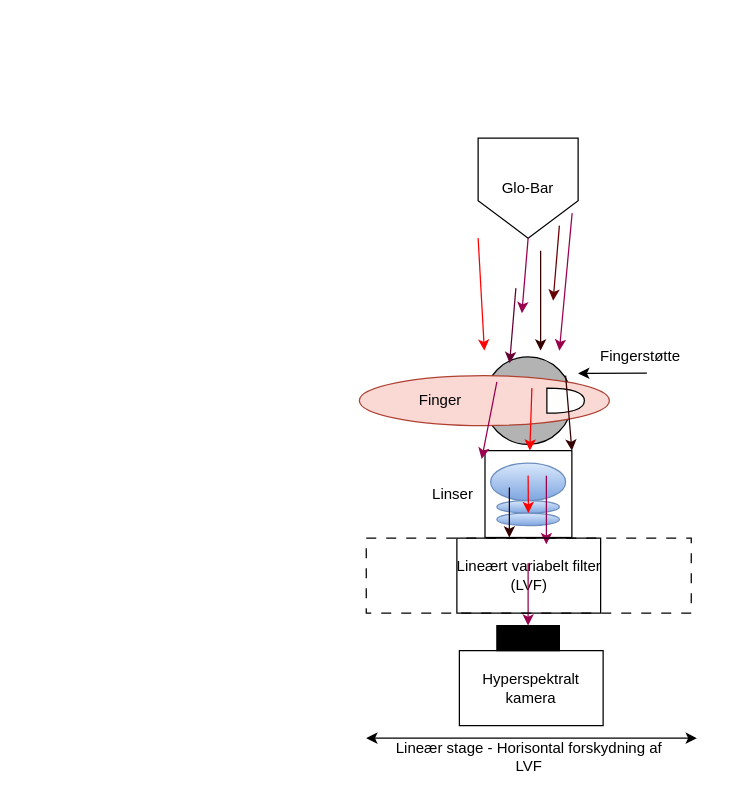
This is docs/diagrams/Hyperspektral opstilling.drawio from Daniel90mm/bachelorprojekt, a draw.io file, before an edit. Source tidied: cells renumbered, new cells numbered last; positions are measured from the earlier drawing's top-left corner, leaving out a move shared by most shapes. Both pictures are drawn from the tidied source at 125%, with x=0, y=0 at pixel (359, 138).
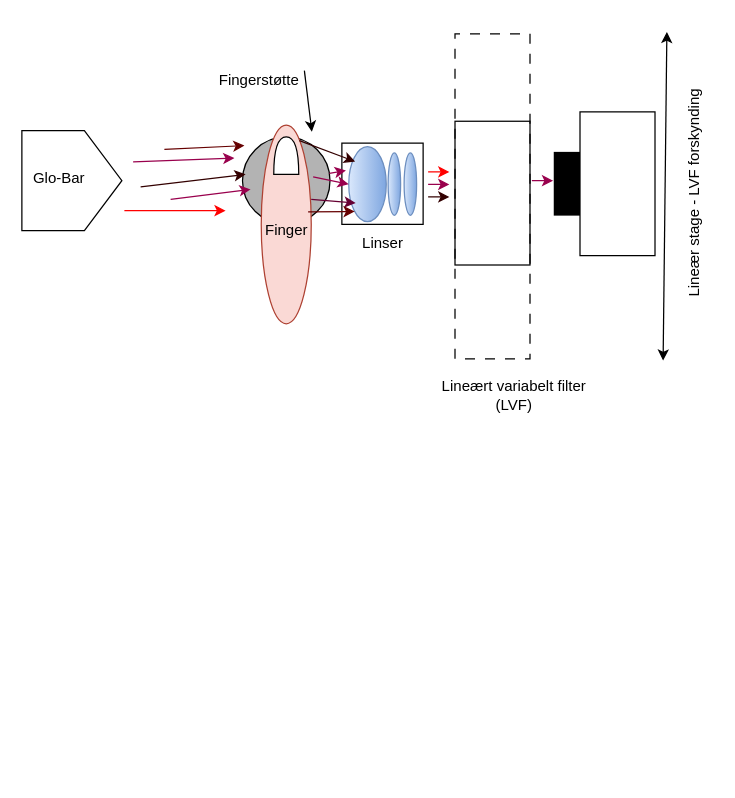
Above is the later version.

Diff of the diagram source:
```diff
@@
+    <mxCell id="12" style="whiteSpace=wrap;html=1;fillColor=none;" parent="1" vertex="1">
+      <mxGeometry x="-14" y="4" width="65" height="65" as="geometry" />
+    </mxCell>
     <mxCell id="2" style="ellipse;whiteSpace=wrap;html=1;fillColor=#B3B3B3;" parent="1" vertex="1">
-      <mxGeometry x="100" y="175" width="70" height="70" as="geometry" />
+      <mxGeometry x="-93.5" y="-1" width="70" height="70" as="geometry" />
     </mxCell>
-    <mxCell id="3" value="Hyperspektralt kamera" style="rounded=0;whiteSpace=wrap;html=1;strokeColor=default;" parent="1" vertex="1">
-      <mxGeometry x="80" y="410" width="115" height="60" as="geometry" />
+    <mxCell id="3" style="rounded=0;whiteSpace=wrap;html=1;strokeColor=default;rotation=-90;" parent="1" vertex="1">
+      <mxGeometry x="149" y="6.5" width="115" height="60" as="geometry" />
     </mxCell>
-    <mxCell id="4" value="Lineært variabelt filter&lt;div&gt;(LVF)&lt;/div&gt;" style="rounded=0;whiteSpace=wrap;html=1;dashed=1;dashPattern=8 8;fillColor=none;" parent="1" vertex="1">
-      <mxGeometry x="5.5" y="320" width="260" height="60" as="geometry" />
+    <mxCell id="4" style="rounded=0;whiteSpace=wrap;html=1;dashed=1;dashPattern=8 8;fillColor=none;rotation=-90;" parent="1" vertex="1">
+      <mxGeometry x="-23.5" y="16.5" width="260" height="60" as="geometry" />
     </mxCell>
-    <mxCell id="5" style="rounded=0;whiteSpace=wrap;html=1;strokeColor=default;fillColor=#000000;" parent="1" vertex="1">
-      <mxGeometry x="110" y="390" width="50" height="20" as="geometry" />
+    <mxCell id="5" style="rounded=0;whiteSpace=wrap;html=1;strokeColor=default;fillColor=#000000;rotation=-90;" parent="1" vertex="1">
+      <mxGeometry x="141" y="26.5" width="50" height="20" as="geometry" />
     </mxCell>
-    <mxCell id="6" style="ellipse;whiteSpace=wrap;html=1;fillColor=#fad9d5;strokeColor=#ae4132;" parent="1" vertex="1">
-      <mxGeometry y="190" width="200" height="40" as="geometry" />
+    <mxCell id="6" style="ellipse;whiteSpace=wrap;html=1;fillColor=#fad9d5;strokeColor=#ae4132;rotation=-90;" parent="1" vertex="1">
+      <mxGeometry x="-138" y="49" width="159" height="40" as="geometry" />
     </mxCell>
-    <mxCell id="7" style="shape=or;whiteSpace=wrap;html=1;" parent="1" vertex="1">
-      <mxGeometry x="150" y="200" width="30" height="20" as="geometry" />
+    <mxCell id="7" style="shape=or;whiteSpace=wrap;html=1;rotation=-90;" parent="1" vertex="1">
+      <mxGeometry x="-73.5" y="4" width="30" height="20" as="geometry" />
     </mxCell>
     <mxCell id="8" value="Finger" style="text;html=1;whiteSpace=wrap;strokeColor=none;fillColor=none;align=center;verticalAlign=middle;rounded=0;" parent="1" vertex="1">
-      <mxGeometry x="35" y="195" width="60" height="30" as="geometry" />
+      <mxGeometry x="-88.5" y="59" width="60" height="30" as="geometry" />
     </mxCell>
-    <mxCell id="9" style="ellipse;whiteSpace=wrap;html=1;fillColor=#dae8fc;strokeColor=#6c8ebf;gradientColor=#7ea6e0;" parent="1" vertex="1">
-      <mxGeometry x="105" y="260" width="60" height="30" as="geometry" />
+    <mxCell id="9" style="ellipse;whiteSpace=wrap;html=1;fillColor=#dae8fc;strokeColor=#6c8ebf;gradientColor=#7ea6e0;rotation=-90;" parent="1" vertex="1">
+      <mxGeometry x="-23.5" y="21.8" width="60" height="30" as="geometry" />
     </mxCell>
-    <mxCell id="10" style="ellipse;whiteSpace=wrap;html=1;fillColor=#dae8fc;strokeColor=#6c8ebf;gradientColor=#7ea6e0;" parent="1" vertex="1">
-      <mxGeometry x="110" y="290" width="50" height="10" as="geometry" />
+    <mxCell id="10" style="ellipse;whiteSpace=wrap;html=1;fillColor=#dae8fc;strokeColor=#6c8ebf;gradientColor=#7ea6e0;rotation=-90;" parent="1" vertex="1">
+      <mxGeometry x="3" y="31.8" width="50" height="10" as="geometry" />
     </mxCell>
-    <mxCell id="11" style="ellipse;whiteSpace=wrap;html=1;fillColor=#dae8fc;strokeColor=#6c8ebf;gradientColor=#7ea6e0;" parent="1" vertex="1">
-      <mxGeometry x="110" y="300" width="50" height="10" as="geometry" />
+    <mxCell id="11" style="ellipse;whiteSpace=wrap;html=1;fillColor=#dae8fc;strokeColor=#6c8ebf;gradientColor=#7ea6e0;rotation=-90;" parent="1" vertex="1">
+      <mxGeometry x="15.8" y="31.8" width="50" height="10" as="geometry" />
     </mxCell>
-    <mxCell id="12" style="whiteSpace=wrap;html=1;fillColor=none;" parent="1" vertex="1">
-      <mxGeometry x="100.5" y="250" width="69.5" height="69.5" as="geometry" />
-    </mxCell>
-    <mxCell id="13" value="Lineær stage - Horisontal forskydning af LVF" style="text;html=1;whiteSpace=wrap;strokeColor=none;fillColor=none;align=center;verticalAlign=middle;rounded=0;" parent="1" vertex="1">
-      <mxGeometry x="25.5" y="480" width="220" height="30" as="geometry" />
+    <mxCell id="13" value="Lineær stage - LVF forskynding" style="text;html=1;whiteSpace=wrap;strokeColor=none;fillColor=none;align=center;verticalAlign=middle;rounded=0;rotation=-90;" parent="1" vertex="1">
+      <mxGeometry x="158" y="29" width="220" height="30" as="geometry" />
     </mxCell>
     <mxCell id="14" value="Linser" style="text;html=1;whiteSpace=wrap;strokeColor=none;fillColor=none;align=center;verticalAlign=middle;rounded=0;" parent="1" vertex="1">
-      <mxGeometry x="45" y="270" width="60" height="30" as="geometry" />
+      <mxGeometry x="-11.5" y="69" width="60" height="30" as="geometry" />
     </mxCell>
-    <mxCell id="15" value="Glo-Bar" style="shape=offPageConnector;whiteSpace=wrap;html=1;" parent="1" vertex="1">
-      <mxGeometry x="95" width="80" height="80" as="geometry" />
+    <mxCell id="15" style="shape=offPageConnector;whiteSpace=wrap;html=1;rotation=-90;" parent="1" vertex="1">
+      <mxGeometry x="-270" y="-6" width="80" height="80" as="geometry" />
     </mxCell>
     <mxCell id="16" value="Fingerstøtte" style="text;html=1;whiteSpace=wrap;strokeColor=none;fillColor=none;align=center;verticalAlign=middle;rounded=0;" parent="1" vertex="1">
-      <mxGeometry x="195" y="160" width="60" height="30" as="geometry" />
+      <mxGeometry x="-110" y="-61" width="60" height="30" as="geometry" />
     </mxCell>
-    <mxCell id="17" style="endArrow=classic;html=1;rounded=0;entryX=0.988;entryY=0.188;entryDx=0;entryDy=0;entryPerimeter=0;" parent="1" edge="1">
+    <mxCell id="17" style="endArrow=classic;html=1;rounded=0;" parent="1" edge="1">
       <mxGeometry relative="1" as="geometry">
-        <mxPoint x="230" y="188" as="sourcePoint" />
-        <mxPoint x="175" y="188.2" as="targetPoint" />
+        <mxPoint x="-44" y="-54" as="sourcePoint" />
+        <mxPoint x="-38" y="-5" as="targetPoint" />
       </mxGeometry>
     </mxCell>
     <mxCell id="18" style="endArrow=classic;startArrow=classic;html=1;rounded=0;" parent="1" edge="1">
       <mxGeometry relative="1" as="geometry">
-        <mxPoint x="5.5" y="480" as="sourcePoint" />
-        <mxPoint x="270" y="480" as="targetPoint" />
+        <mxPoint x="243" y="178" as="sourcePoint" />
+        <mxPoint x="246" y="-85" as="targetPoint" />
       </mxGeometry>
     </mxCell>
-    <mxCell id="19" style="endArrow=classic;html=1;rounded=0;fontColor=#99004D;strokeColor=#330000;" parent="1" edge="1">
+    <mxCell id="19" style="endArrow=classic;html=1;rounded=0;fontColor=#99004D;strokeColor=#330000;entryX=0.801;entryY=0.17;entryDx=0;entryDy=0;entryPerimeter=0;" parent="1" edge="1" target="9">
       <mxGeometry relative="1" as="geometry">
-        <mxPoint x="145" y="90" as="sourcePoint" />
-        <mxPoint x="145" y="170" as="targetPoint" />
+        <mxPoint x="-48" y="2" as="sourcePoint" />
       </mxGeometry>
     </mxCell>
-    <mxCell id="20" style="endArrow=classic;html=1;rounded=0;fontColor=#99004D;strokeColor=#FF0000;exitX=0;exitY=1;exitDx=0;exitDy=0;" parent="1" edge="1" source="15">
+    <mxCell id="20" style="endArrow=classic;html=1;rounded=0;fontColor=#99004D;strokeColor=#FF0000;" parent="1" edge="1">
       <mxGeometry relative="1" as="geometry">
-        <mxPoint x="100" y="170" as="targetPoint" />
+        <mxPoint x="-188" y="58" as="sourcePoint" />
+        <mxPoint x="-107" y="58" as="targetPoint" />
       </mxGeometry>
     </mxCell>
-    <mxCell id="21" style="endArrow=classic;html=1;rounded=0;fontColor=#99004D;strokeColor=#99004D;" parent="1" edge="1">
-      <mxGeometry relative="1" as="geometry">
-        <mxPoint x="170.2" y="60" as="sourcePoint" />
-        <mxPoint x="160" y="170" as="targetPoint" />
-      </mxGeometry>
-    </mxCell>
-    <mxCell id="22" style="endArrow=classic;html=1;rounded=0;fontColor=#99004D;strokeColor=#660033;" parent="1" edge="1">
+    <mxCell id="22" style="endArrow=classic;html=1;rounded=0;fontColor=#99004D;strokeColor=#660033;entryX=0.249;entryY=0.184;entryDx=0;entryDy=0;entryPerimeter=0;" parent="1" edge="1" target="9">
       <mxGeometry relative="1" as="geometry">
-        <mxPoint x="125.2" y="120" as="sourcePoint" />
-        <mxPoint x="120.2" y="180" as="targetPoint" />
+        <mxPoint x="-38.5" y="49" as="sourcePoint" />
       </mxGeometry>
     </mxCell>
-    <mxCell id="23" style="endArrow=classic;html=1;rounded=0;fontColor=#99004D;strokeColor=#99004D;" parent="1" edge="1">
+    <mxCell id="23" style="endArrow=classic;html=1;rounded=0;fontColor=#99004D;strokeColor=#99004D;entryX=0.5;entryY=0;entryDx=0;entryDy=0;" parent="1" edge="1" target="9">
       <mxGeometry relative="1" as="geometry">
-        <mxPoint x="135" y="80" as="sourcePoint" />
-        <mxPoint x="130" y="140" as="targetPoint" />
+        <mxPoint x="-37" y="31" as="sourcePoint" />
       </mxGeometry>
     </mxCell>
-    <mxCell id="24" style="endArrow=classic;html=1;rounded=0;fontColor=#99004D;strokeColor=#660000;" parent="1" edge="1">
+    <mxCell id="24" style="endArrow=classic;html=1;rounded=0;fontColor=#99004D;strokeColor=#660000;entryX=0;entryY=0;entryDx=0;entryDy=0;" parent="1" edge="1" target="9">
       <mxGeometry relative="1" as="geometry">
-        <mxPoint x="160" y="70" as="sourcePoint" />
-        <mxPoint x="155" y="130" as="targetPoint" />
+        <mxPoint x="-41" y="59" as="sourcePoint" />
       </mxGeometry>
     </mxCell>
-    <mxCell id="25" style="endArrow=classic;html=1;rounded=0;fontColor=#99004D;strokeColor=#99004D;entryX=-0.038;entryY=0.096;entryDx=0;entryDy=0;entryPerimeter=0;" parent="1" edge="1" target="12">
-      <mxGeometry relative="1" as="geometry">
-        <mxPoint x="110" y="195" as="sourcePoint" />
-      </mxGeometry>
+    <mxCell id="25" style="endArrow=classic;html=1;rounded=0;fontColor=#99004D;strokeColor=#99004D;entryX=0.05;entryY=0.338;entryDx=0;entryDy=0;entryPerimeter=0;" parent="1" edge="1" source="2" target="12">
+      <mxGeometry relative="1" as="geometry" />
     </mxCell>
-    <mxCell id="26" style="endArrow=classic;html=1;rounded=0;fontColor=#99004D;strokeColor=#FF0000;" parent="1" edge="1" target="12">
-      <mxGeometry relative="1" as="geometry">
-        <mxPoint x="138" y="200" as="sourcePoint" />
-      </mxGeometry>
-    </mxCell>
-    <mxCell id="27" style="endArrow=classic;html=1;rounded=0;fontColor=#99004D;strokeColor=#330000;entryX=1;entryY=0;entryDx=0;entryDy=0;" parent="1" edge="1" target="12">
-      <mxGeometry relative="1" as="geometry">
-        <mxPoint x="165" y="190" as="sourcePoint" />
-      </mxGeometry>
-    </mxCell>
     <mxCell id="28" style="endArrow=classic;html=1;rounded=0;fontColor=#99004D;strokeColor=#99004D;" parent="1" edge="1">
       <mxGeometry relative="1" as="geometry">
-        <mxPoint x="149.6" y="270" as="sourcePoint" />
-        <mxPoint x="149.6" y="325" as="targetPoint" />
+        <mxPoint x="55" y="37" as="sourcePoint" />
+        <mxPoint x="72" y="37" as="targetPoint" />
       </mxGeometry>
     </mxCell>
     <mxCell id="29" style="endArrow=classic;html=1;rounded=0;fontColor=#99004D;strokeColor=#FF0000;" parent="1" edge="1">
       <mxGeometry relative="1" as="geometry">
-        <mxPoint x="135" y="270" as="sourcePoint" />
-        <mxPoint x="135.2" y="300" as="targetPoint" />
+        <mxPoint x="55" y="27" as="sourcePoint" />
+        <mxPoint x="72" y="27" as="targetPoint" />
       </mxGeometry>
     </mxCell>
     <mxCell id="30" style="endArrow=classic;html=1;rounded=0;fontColor=#99004D;strokeColor=#330000;" parent="1" edge="1">
       <mxGeometry relative="1" as="geometry">
-        <mxPoint x="120" y="279.5" as="sourcePoint" />
-        <mxPoint x="120" y="319.5" as="targetPoint" />
+        <mxPoint x="55" y="47" as="sourcePoint" />
+        <mxPoint x="72" y="47" as="targetPoint" />
       </mxGeometry>
     </mxCell>
     <mxCell id="31" style="endArrow=classic;html=1;rounded=0;fontColor=#99004D;strokeColor=#99004D;" parent="1" edge="1">
       <mxGeometry relative="1" as="geometry">
-        <mxPoint x="135" y="340" as="sourcePoint" />
-        <mxPoint x="135" y="390" as="targetPoint" />
+        <mxPoint x="138" y="34" as="sourcePoint" />
+        <mxPoint x="155" y="34" as="targetPoint" />
       </mxGeometry>
     </mxCell>
-    <mxCell id="32" style="rounded=0;whiteSpace=wrap;html=1;fillColor=none;" parent="1" vertex="1">
-      <mxGeometry x="78" y="320" width="115" height="60" as="geometry" />
+    <mxCell id="32" style="rounded=0;whiteSpace=wrap;html=1;fillColor=none;rotation=-90;" parent="1" vertex="1">
+      <mxGeometry x="49" y="14" width="115" height="60" as="geometry" />
     </mxCell>
+    <mxCell id="33" style="endArrow=classic;html=1;rounded=0;fontColor=#99004D;strokeColor=#330000;" parent="1" edge="1">
+      <mxGeometry relative="1" as="geometry">
+        <mxPoint x="-175" y="39" as="sourcePoint" />
+        <mxPoint x="-91" y="29" as="targetPoint" />
+      </mxGeometry>
+    </mxCell>
+    <mxCell id="34" style="endArrow=classic;html=1;rounded=0;fontColor=#99004D;strokeColor=#99004D;" parent="1" edge="1">
+      <mxGeometry relative="1" as="geometry">
+        <mxPoint x="-151" y="49" as="sourcePoint" />
+        <mxPoint x="-87" y="41" as="targetPoint" />
+      </mxGeometry>
+    </mxCell>
+    <mxCell id="35" style="endArrow=classic;html=1;rounded=0;fontColor=#99004D;strokeColor=#99004D;" parent="1" edge="1">
+      <mxGeometry relative="1" as="geometry">
+        <mxPoint x="-181" y="19" as="sourcePoint" />
+        <mxPoint x="-100" y="16" as="targetPoint" />
+      </mxGeometry>
+    </mxCell>
+    <mxCell id="36" style="endArrow=classic;html=1;rounded=0;fontColor=#99004D;strokeColor=#660000;" parent="1" edge="1">
+      <mxGeometry relative="1" as="geometry">
+        <mxPoint x="-156" y="9" as="sourcePoint" />
+        <mxPoint x="-92" y="6" as="targetPoint" />
+      </mxGeometry>
+    </mxCell>
+    <mxCell id="37" value="Lineært variabelt filter&lt;div&gt;(LVF)&lt;/div&gt;" style="text;html=1;whiteSpace=wrap;strokeColor=none;fillColor=none;align=center;verticalAlign=middle;rounded=0;" parent="1" vertex="1">
+      <mxGeometry x="63" y="191" width="122" height="30" as="geometry" />
+    </mxCell>
+    <mxCell id="38" value="Glo-Bar" style="text;html=1;whiteSpace=wrap;strokeColor=none;fillColor=none;align=center;verticalAlign=middle;rounded=0;" parent="1" vertex="1">
+      <mxGeometry x="-270" y="16.5" width="60" height="30" as="geometry" />
+    </mxCell>
```
